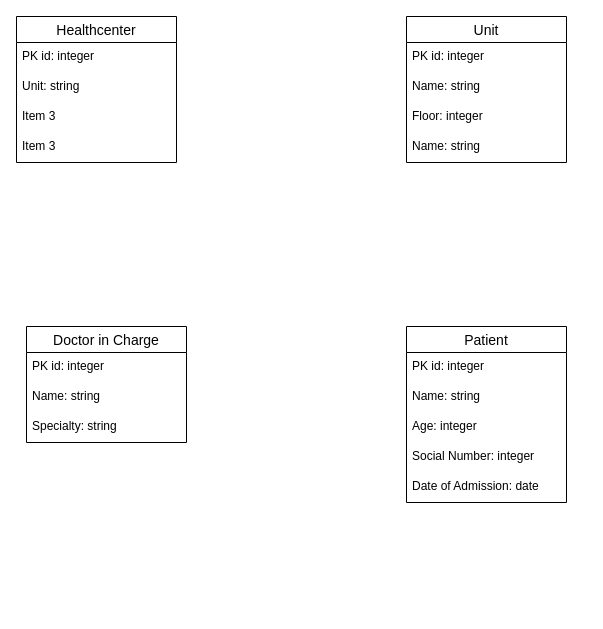
Arnaldo1990/Database-Development-Day-1 keeps this draw.io diagram as page "Page-3" (3 of 3) of healthcenter.drawio. Above is the earlier version. Source tidied: cells renumbered, new cells numbered last; positions are measured from the earlier drawing's top-left corner, leaving out a move shared by most shapes. Both pictures are drawn from the tidied source at 100%, with x=0, y=0 at pixel (16, 16).
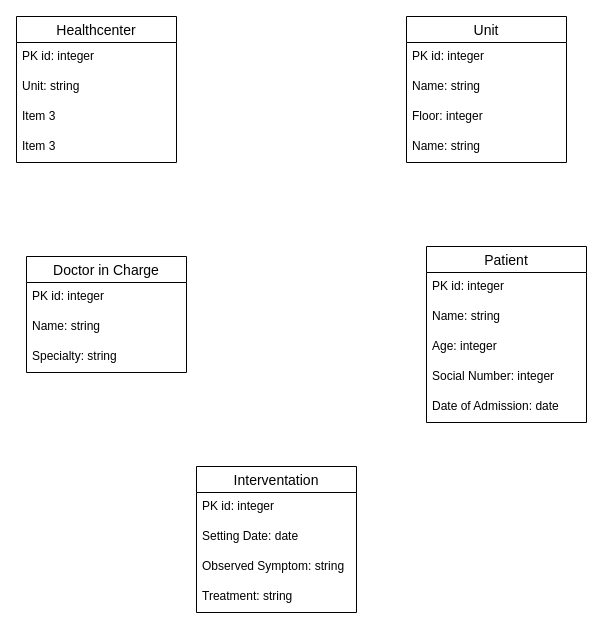
Above is the later version.

The edit, as a diff of the source:
```diff
@@
     <mxCell id="12" value="Doctor in Charge" style="swimlane;fontStyle=0;horizontal=1;startSize=26;align=center;fontSize=14;" parent="1" vertex="1">
-      <mxGeometry x="10" y="310" width="160" height="116" as="geometry" />
+      <mxGeometry x="10" y="240" width="160" height="116" as="geometry" />
     </mxCell>
@@
     <mxCell id="16" value="Patient" style="swimlane;fontStyle=0;horizontal=1;startSize=26;align=center;fontSize=14;" parent="1" vertex="1">
-      <mxGeometry x="390" y="310" width="160" height="176" as="geometry" />
+      <mxGeometry x="410" y="230" width="160" height="176" as="geometry" />
     </mxCell>
@@
+    <mxCell id="22" value="Interventation" style="swimlane;fontStyle=0;horizontal=1;startSize=26;align=center;fontSize=14;" parent="1" vertex="1">
+      <mxGeometry x="180" y="450" width="160" height="146" as="geometry" />
+    </mxCell>
+    <mxCell id="23" value="PK id: integer" style="text;strokeColor=none;fillColor=none;spacingLeft=4;spacingRight=4;overflow=hidden;fontSize=12;" parent="22" vertex="1">
+      <mxGeometry y="26" width="160" height="30" as="geometry" />
+    </mxCell>
+    <mxCell id="24" value="Setting Date: date" style="text;strokeColor=none;fillColor=none;spacingLeft=4;spacingRight=4;overflow=hidden;fontSize=12;" parent="22" vertex="1">
+      <mxGeometry y="56" width="160" height="30" as="geometry" />
+    </mxCell>
+    <mxCell id="25" value="Observed Symptom: string" style="text;strokeColor=none;fillColor=none;spacingLeft=4;spacingRight=4;overflow=hidden;fontSize=12;" parent="22" vertex="1">
+      <mxGeometry y="86" width="160" height="30" as="geometry" />
+    </mxCell>
+    <mxCell id="26" value="Treatment: string" style="text;strokeColor=none;fillColor=none;spacingLeft=4;spacingRight=4;overflow=hidden;fontSize=12;" parent="22" vertex="1">
+      <mxGeometry y="116" width="160" height="30" as="geometry" />
+    </mxCell>
```
